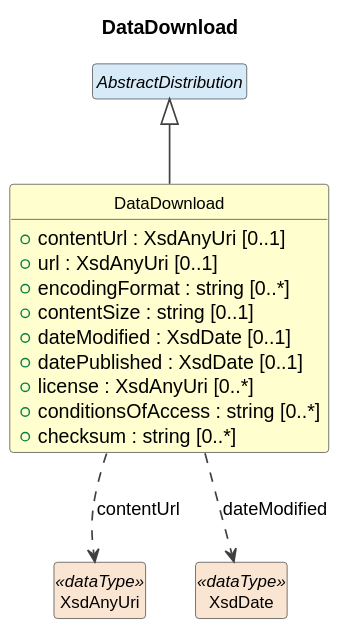
Cross-Domain-Interoperability-Framework/metadataBuildingBlocks keeps this PlantUML diagram as build/field-level-documentation/CDIFCore/Classes/DataDownload.svg. Above is the earlier version.
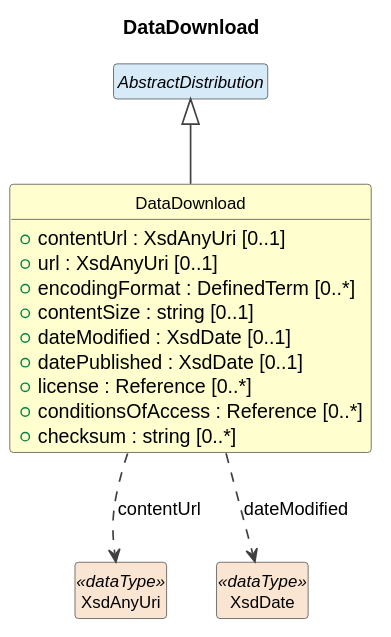
The same file after the commit.

The edit, as a diff of the source:
```diff
@@ -13,12 +13,12 @@
 class "DataDownload" as DataDownload #FEFECE {
   +contentUrl : XsdAnyUri [0..1]
   +url : XsdAnyUri [0..1]
-  +encodingFormat : string [0..*]
+  +encodingFormat : DefinedTerm [0..*]
   +contentSize : string [0..1]
   +dateModified : XsdDate [0..1]
   +datePublished : XsdDate [0..1]
-  +license : XsdAnyUri [0..*]
-  +conditionsOfAccess : string [0..*]
+  +license : Reference [0..*]
+  +conditionsOfAccess : Reference [0..*]
   +checksum : string [0..*]
 }
 abstract class "AbstractDistribution" as AbstractDistribution #D6EAF8
```
